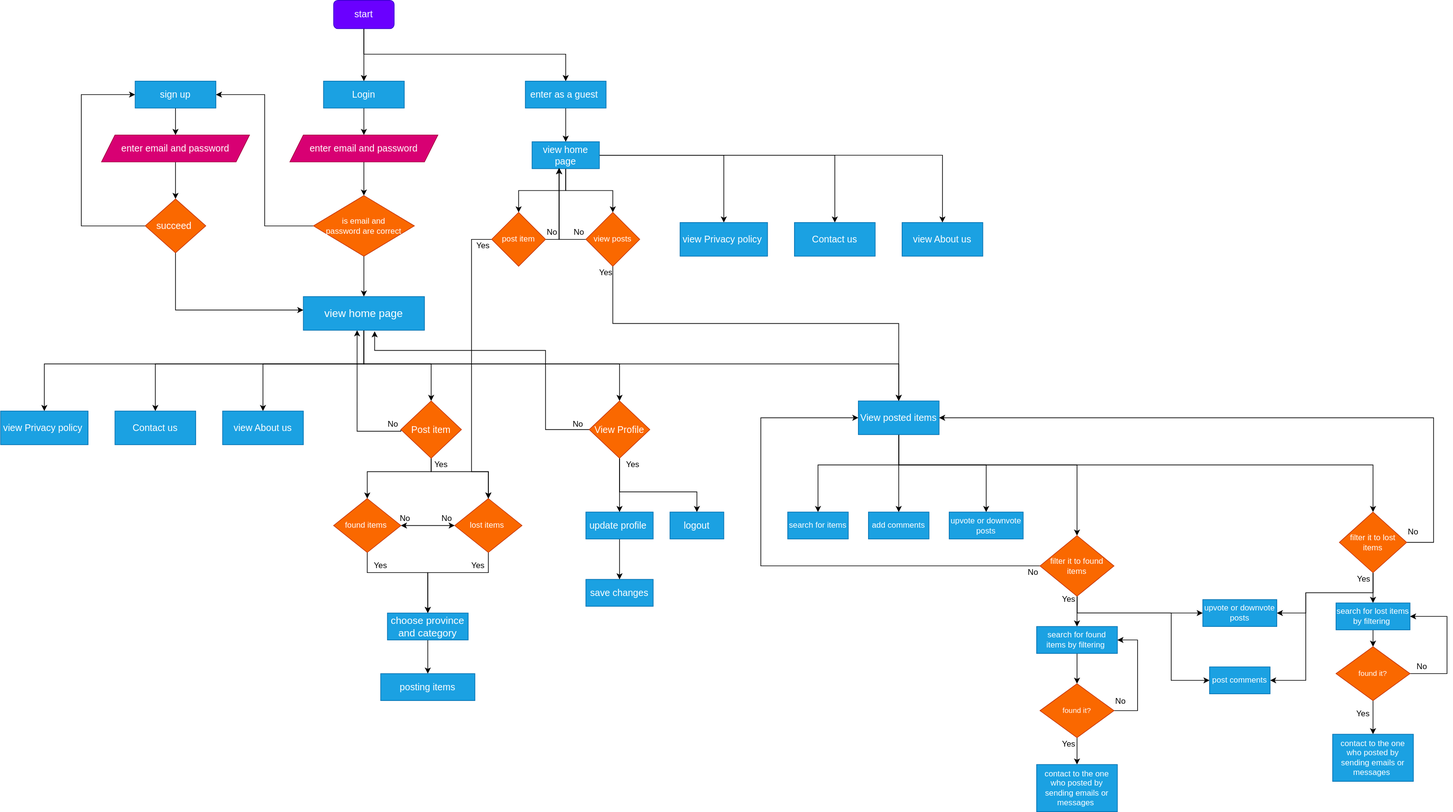
Before: Find yours.svg, a diagram exported from draw.io (Othmanosx/iTECH). Source tidied: cells renumbered, new cells last; positions are measured from the earlier drawing's top-left corner, leaving out a move shared by most shapes.
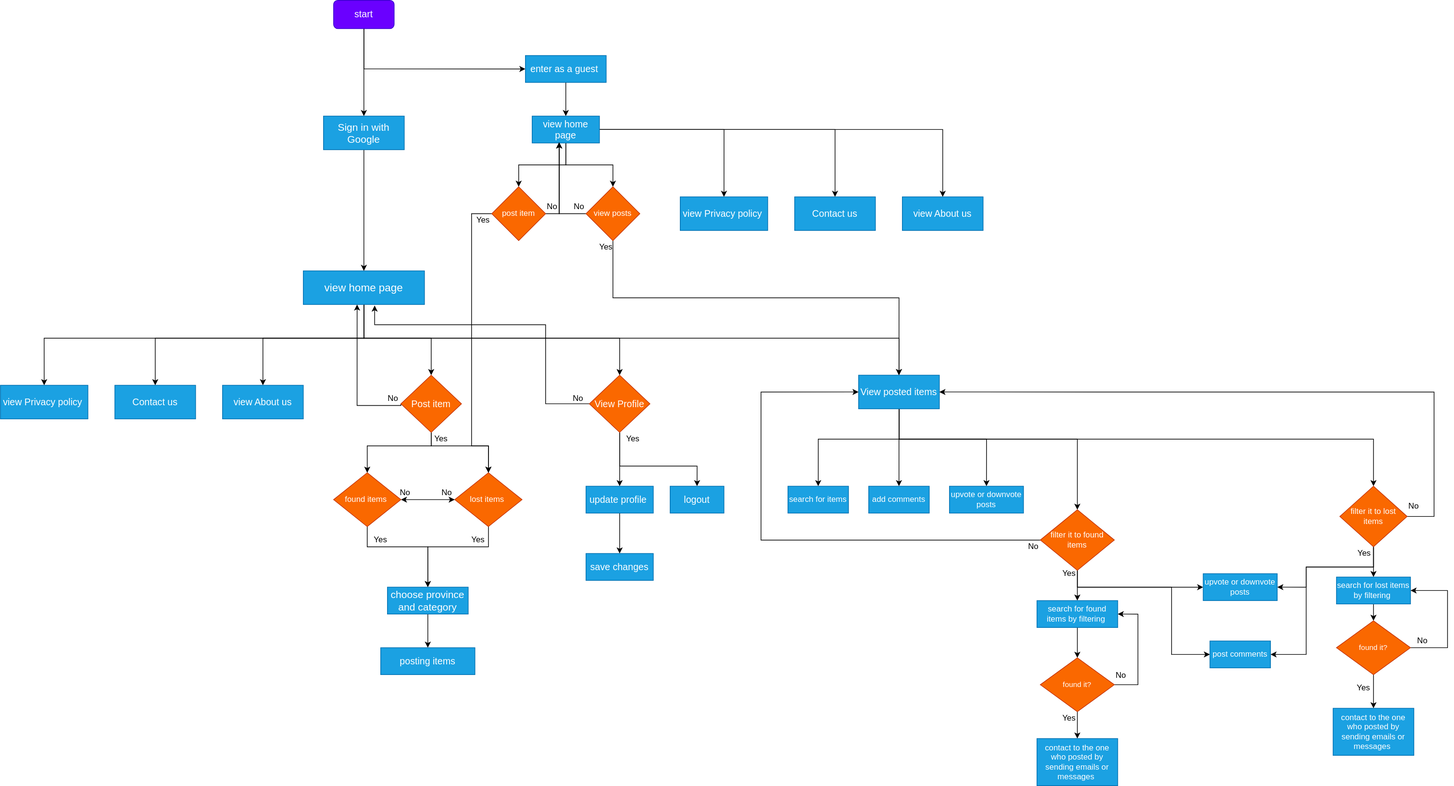
Later version of the same file.

Diff of the diagram source:
```diff
@@ -2,47 +2,30 @@
   <root>
     <mxCell id="0" />
     <mxCell id="1" parent="0" />
-    <mxCell id="2" style="edgeStyle=orthogonalEdgeStyle;rounded=0;jettySize=auto;html=1;" parent="1" edge="1" source="4" target="6">
-      <mxGeometry relative="1" as="geometry" />
-    </mxCell>
+    <mxCell id="120" style="edgeStyle=orthogonalEdgeStyle;rounded=0;jettySize=auto;html=1;entryX=0.5;entryY=0;entryDx=0;entryDy=0;" parent="1" edge="1" source="4" target="122">
+      <mxGeometry relative="1" as="geometry">
+        <Array as="points">
+          <mxPoint x="540" y="190" />
+          <mxPoint x="540" y="190" />
+        </Array>
+      </mxGeometry>
+    </mxCell>
-    <mxCell id="3" style="edgeStyle=orthogonalEdgeStyle;rounded=0;jettySize=auto;html=1;entryX=0.5;entryY=0;entryDx=0;entryDy=0;" parent="1" edge="1" source="4" target="8">
+    <mxCell id="3" style="edgeStyle=orthogonalEdgeStyle;rounded=0;jettySize=auto;html=1;entryX=0;entryY=0.5;entryDx=0;entryDy=0;" parent="1" edge="1" source="4" target="8">
       <mxGeometry relative="1" as="geometry">
         <Array as="points">
-          <mxPoint x="540" y="80" />
-          <mxPoint x="840" y="80" />
+          <mxPoint x="540" y="140" />
         </Array>
       </mxGeometry>
     </mxCell>
     <mxCell id="4" value="&lt;font style=&quot;font-size: 14px&quot;&gt;start&lt;/font&gt;" style="rounded=1;whiteSpace=wrap;html=1;fillColor=#6a00ff;strokeColor=#3700CC;fontColor=#ffffff;" parent="1" vertex="1">
-      <mxGeometry x="495" width="90" height="42" as="geometry" />
+      <mxGeometry x="495" y="38" width="90" height="42" as="geometry" />
     </mxCell>
-    <mxCell id="5" style="edgeStyle=orthogonalEdgeStyle;rounded=0;jettySize=auto;html=1;" parent="1" edge="1" source="6" target="10">
-      <mxGeometry relative="1" as="geometry" />
-    </mxCell>
-    <mxCell id="6" value="&lt;font style=&quot;font-size: 14px&quot;&gt;Login&lt;/font&gt;" style="rounded=0;whiteSpace=wrap;html=1;fillColor=#1ba1e2;strokeColor=#006EAF;fontColor=#ffffff;" parent="1" vertex="1">
-      <mxGeometry x="480" y="120" width="120" height="40" as="geometry" />
-    </mxCell>
     <mxCell id="7" style="edgeStyle=orthogonalEdgeStyle;rounded=0;jettySize=auto;html=1;entryX=0.5;entryY=0;entryDx=0;entryDy=0;" parent="1" edge="1" source="8" target="106">
       <mxGeometry relative="1" as="geometry" />
     </mxCell>
     <mxCell id="8" value="&lt;font style=&quot;font-size: 14px&quot;&gt;enter as a guest&amp;nbsp;&lt;/font&gt;" style="rounded=0;whiteSpace=wrap;html=1;fillColor=#1ba1e2;strokeColor=#006EAF;fontColor=#ffffff;" parent="1" vertex="1">
       <mxGeometry x="780" y="120" width="120" height="40" as="geometry" />
     </mxCell>
-    <mxCell id="9" style="edgeStyle=orthogonalEdgeStyle;rounded=0;jettySize=auto;html=1;" parent="1" edge="1" source="10" target="13">
-      <mxGeometry relative="1" as="geometry" />
-    </mxCell>
-    <mxCell id="10" value="&lt;font style=&quot;font-size: 14px&quot;&gt;enter email and password&lt;/font&gt;" style="shape=parallelogram;perimeter=parallelogramPerimeter;whiteSpace=wrap;html=1;fixedSize=1;fillColor=#d80073;strokeColor=#A50040;fontColor=#ffffff;" parent="1" vertex="1">
-      <mxGeometry x="430" y="200" width="220" height="40" as="geometry" />
-    </mxCell>
-    <mxCell id="11" style="edgeStyle=orthogonalEdgeStyle;rounded=0;jettySize=auto;html=1;" parent="1" edge="1" source="13" target="20">
-      <mxGeometry relative="1" as="geometry" />
-    </mxCell>
-    <mxCell id="12" style="edgeStyle=orthogonalEdgeStyle;rounded=0;jettySize=auto;html=1;entryX=1;entryY=0.5;entryDx=0;entryDy=0;" parent="1" edge="1" source="13" target="22">
-      <mxGeometry relative="1" as="geometry" />
-    </mxCell>
-    <mxCell id="13" value="is email and&lt;br&gt;&lt;div&gt;&lt;span&gt;password are correct&lt;/span&gt;&lt;/div&gt;" style="rhombus;whiteSpace=wrap;html=1;fillColor=#fa6800;strokeColor=#C73500;fontColor=#ffffff;align=center;" parent="1" vertex="1">
-      <mxGeometry x="465" y="290" width="150" height="90" as="geometry" />
-    </mxCell>
     <mxCell id="14" style="edgeStyle=orthogonalEdgeStyle;rounded=0;jettySize=auto;html=1;entryX=0.5;entryY=0;entryDx=0;entryDy=0;" parent="1" edge="1" source="20" target="38">
       <mxGeometry relative="1" as="geometry">
         <Array as="points">
@@ -94,37 +77,6 @@
     <mxCell id="20" value="&lt;font style=&quot;font-size: 16px&quot;&gt;view home page&lt;/font&gt;" style="rounded=0;whiteSpace=wrap;html=1;fillColor=#1ba1e2;strokeColor=#006EAF;fontColor=#ffffff;" parent="1" vertex="1">
       <mxGeometry x="450" y="440" width="180" height="50" as="geometry" />
     </mxCell>
-    <mxCell id="21" style="edgeStyle=orthogonalEdgeStyle;rounded=0;jettySize=auto;html=1;" parent="1" edge="1" source="22" target="24">
-      <mxGeometry relative="1" as="geometry" />
-    </mxCell>
-    <mxCell id="22" value="&lt;font style=&quot;font-size: 14px&quot;&gt;sign up&lt;/font&gt;" style="rounded=0;whiteSpace=wrap;html=1;fillColor=#1ba1e2;strokeColor=#006EAF;fontColor=#ffffff;" parent="1" vertex="1">
-      <mxGeometry x="200" y="120" width="120" height="40" as="geometry" />
-    </mxCell>
-    <mxCell id="23" style="edgeStyle=orthogonalEdgeStyle;rounded=0;jettySize=auto;html=1;" parent="1" edge="1" source="24" target="27">
-      <mxGeometry relative="1" as="geometry" />
-    </mxCell>
-    <mxCell id="24" value="&lt;font style=&quot;font-size: 14px&quot;&gt;enter email and password&lt;/font&gt;" style="shape=parallelogram;perimeter=parallelogramPerimeter;whiteSpace=wrap;html=1;fixedSize=1;fillColor=#d80073;strokeColor=#A50040;fontColor=#ffffff;" parent="1" vertex="1">
-      <mxGeometry x="150" y="200" width="220" height="40" as="geometry" />
-    </mxCell>
-    <mxCell id="25" style="edgeStyle=orthogonalEdgeStyle;rounded=0;jettySize=auto;html=1;entryX=0;entryY=0.5;entryDx=0;entryDy=0;" parent="1" edge="1" source="27" target="22">
-      <mxGeometry relative="1" as="geometry">
-        <Array as="points">
-          <mxPoint x="260" y="335" />
-          <mxPoint x="120" y="335" />
-          <mxPoint x="120" y="140" />
-        </Array>
-      </mxGeometry>
-    </mxCell>
-    <mxCell id="26" style="edgeStyle=orthogonalEdgeStyle;rounded=0;jettySize=auto;html=1;" parent="1" edge="1" source="27" target="20">
-      <mxGeometry relative="1" as="geometry">
-        <Array as="points">
-          <mxPoint x="260" y="460" />
-        </Array>
-      </mxGeometry>
-    </mxCell>
-    <mxCell id="27" value="&lt;div&gt;&lt;span style=&quot;font-size: 14px&quot;&gt;succeed&amp;nbsp;&lt;/span&gt;&lt;/div&gt;" style="rhombus;whiteSpace=wrap;html=1;fillColor=#fa6800;strokeColor=#C73500;fontColor=#ffffff;align=center;" parent="1" vertex="1">
-      <mxGeometry x="215" y="295" width="90" height="80" as="geometry" />
-    </mxCell>
     <mxCell id="28" value="&lt;font style=&quot;font-size: 14px&quot;&gt;Contact us&lt;/font&gt;" style="rounded=0;whiteSpace=wrap;html=1;fillColor=#1ba1e2;strokeColor=#006EAF;fontColor=#ffffff;" parent="1" vertex="1">
       <mxGeometry x="170" y="610" width="120" height="50" as="geometry" />
     </mxCell>
@@ -520,5 +472,11 @@
     <mxCell id="119" value="Yes" style="text;html=1;strokeColor=none;fillColor=none;align=center;verticalAlign=middle;whiteSpace=wrap;rounded=0;" parent="1" vertex="1">
       <mxGeometry x="890" y="395" width="20" height="20" as="geometry" />
     </mxCell>
+    <mxCell id="121" style="edgeStyle=orthogonalEdgeStyle;rounded=0;jettySize=auto;html=1;entryX=0.5;entryY=0;entryDx=0;entryDy=0;" parent="1" edge="1" source="122" target="20">
+      <mxGeometry relative="1" as="geometry" />
+    </mxCell>
+    <mxCell id="122" value="&lt;font style=&quot;font-size: 15px&quot;&gt;Sign in with Google&lt;/font&gt;" style="rounded=0;whiteSpace=wrap;html=1;fillColor=#1ba1e2;strokeColor=#006EAF;fontColor=#ffffff;" parent="1" vertex="1">
+      <mxGeometry x="480" y="210" width="120" height="50" as="geometry" />
+    </mxCell>
   </root>
 </mxGraphModel>
```
